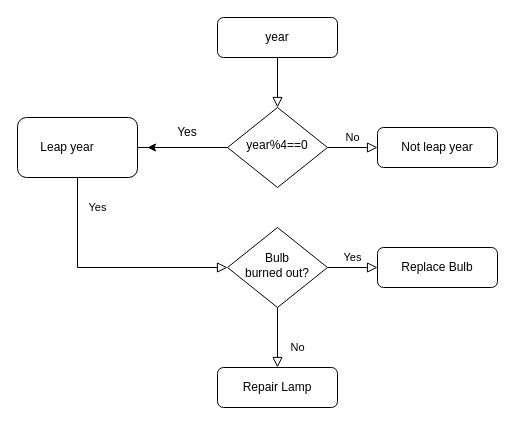
bhanushek/bhanushek.github.io keeps this draw.io diagram as Untitled Diagram.drawio. Above is the earlier version. Source tidied: cells renumbered, new cells numbered last; positions are measured from the earlier drawing's top-left corner, leaving out a move shared by most shapes. Both pictures are drawn from the tidied source at 100%, with x=0, y=0 at pixel (17, 17).
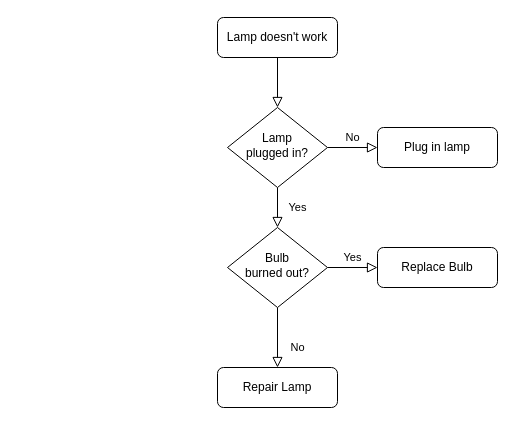
After the change.

Diff of the diagram source:
```diff
@@
 <mxGraphModel>
   <root>
     <mxCell id="0" />
     <mxCell id="1" parent="0" />
     <mxCell id="2" style="rounded=0;html=1;jettySize=auto;fontSize=11;endArrow=block;endFill=0;endSize=8;strokeWidth=1;shadow=0;labelBackgroundColor=none;edgeStyle=orthogonalEdgeStyle;" parent="1" edge="1" source="3" target="7">
       <mxGeometry relative="1" as="geometry" />
     </mxCell>
-    <mxCell id="3" value="year" style="rounded=1;whiteSpace=wrap;html=1;fontSize=12;glass=0;strokeWidth=1;shadow=0;" parent="1" vertex="1">
+    <mxCell id="3" value="Lamp doesn't work" style="rounded=1;whiteSpace=wrap;html=1;fontSize=12;glass=0;strokeWidth=1;shadow=0;" parent="1" vertex="1">
       <mxGeometry x="200" width="120" height="40" as="geometry" />
     </mxCell>
     <mxCell id="4" value="Yes" style="rounded=0;html=1;jettySize=auto;fontSize=11;endArrow=block;endFill=0;endSize=8;strokeWidth=1;shadow=0;labelBackgroundColor=none;edgeStyle=orthogonalEdgeStyle;" parent="1" edge="1" source="7" target="11">
-      <mxGeometry y="20" relative="1" as="geometry">
-        <Array as="points">
-          <mxPoint x="60" y="130" />
-          <mxPoint x="60" y="250" />
-        </Array>
-      </mxGeometry>
+      <mxGeometry y="20" relative="1" as="geometry" />
     </mxCell>
     <mxCell id="5" value="No" style="edgeStyle=orthogonalEdgeStyle;rounded=0;html=1;jettySize=auto;fontSize=11;endArrow=block;endFill=0;endSize=8;strokeWidth=1;shadow=0;labelBackgroundColor=none;" parent="1" edge="1" source="7" target="8">
       <mxGeometry y="10" relative="1" as="geometry" />
     </mxCell>
-    <mxCell id="6" style="edgeStyle=orthogonalEdgeStyle;rounded=0;jettySize=auto;html=1;exitX=0;exitY=0.5;exitDx=0;exitDy=0;" parent="1" edge="1" source="7">
-      <mxGeometry relative="1" as="geometry">
-        <mxPoint x="130" y="130" as="targetPoint" />
-      </mxGeometry>
-    </mxCell>
-    <mxCell id="7" value="year%4==0&lt;br&gt;" style="rhombus;whiteSpace=wrap;html=1;shadow=0;fontFamily=Helvetica;fontSize=12;align=center;strokeWidth=1;spacing=6;spacingTop=-4;" parent="1" vertex="1">
+    <mxCell id="7" value="Lamp&lt;br&gt;plugged in?" style="rhombus;whiteSpace=wrap;html=1;shadow=0;fontFamily=Helvetica;fontSize=12;align=center;strokeWidth=1;spacing=6;spacingTop=-4;" parent="1" vertex="1">
       <mxGeometry x="210" y="90" width="100" height="80" as="geometry" />
     </mxCell>
-    <mxCell id="8" value="Not leap year" style="rounded=1;whiteSpace=wrap;html=1;fontSize=12;glass=0;strokeWidth=1;shadow=0;" parent="1" vertex="1">
+    <mxCell id="8" value="Plug in lamp" style="rounded=1;whiteSpace=wrap;html=1;fontSize=12;glass=0;strokeWidth=1;shadow=0;" parent="1" vertex="1">
       <mxGeometry x="360" y="110" width="120" height="40" as="geometry" />
     </mxCell>
     <mxCell id="9" value="No" style="rounded=0;html=1;jettySize=auto;fontSize=11;endArrow=block;endFill=0;endSize=8;strokeWidth=1;shadow=0;labelBackgroundColor=none;edgeStyle=orthogonalEdgeStyle;" parent="1" edge="1" source="11" target="12">
       <mxGeometry x="0.33" y="20" relative="1" as="geometry" />
     </mxCell>
     <mxCell id="10" value="Yes" style="edgeStyle=orthogonalEdgeStyle;rounded=0;html=1;jettySize=auto;fontSize=11;endArrow=block;endFill=0;endSize=8;strokeWidth=1;shadow=0;labelBackgroundColor=none;" parent="1" edge="1" source="11" target="13">
       <mxGeometry y="10" relative="1" as="geometry" />
     </mxCell>
     <mxCell id="11" value="Bulb&lt;br&gt;burned out?" style="rhombus;whiteSpace=wrap;html=1;shadow=0;fontFamily=Helvetica;fontSize=12;align=center;strokeWidth=1;spacing=6;spacingTop=-4;" parent="1" vertex="1">
       <mxGeometry x="210" y="210" width="100" height="80" as="geometry" />
     </mxCell>
     <mxCell id="12" value="Repair Lamp" style="rounded=1;whiteSpace=wrap;html=1;fontSize=12;glass=0;strokeWidth=1;shadow=0;" parent="1" vertex="1">
       <mxGeometry x="200" y="350" width="120" height="40" as="geometry" />
     </mxCell>
     <mxCell id="13" value="Replace Bulb" style="rounded=1;whiteSpace=wrap;html=1;fontSize=12;glass=0;strokeWidth=1;shadow=0;" parent="1" vertex="1">
       <mxGeometry x="360" y="230" width="120" height="40" as="geometry" />
     </mxCell>
-    <mxCell id="14" value="Yes" style="text;html=1;strokeColor=none;fillColor=none;align=center;verticalAlign=middle;whiteSpace=wrap;rounded=0;" parent="1" vertex="1">
-      <mxGeometry x="140" y="100" width="60" height="30" as="geometry" />
-    </mxCell>
-    <mxCell id="15" style="rounded=1;whiteSpace=wrap;html=1;" parent="1" vertex="1">
-      <mxGeometry y="100" width="120" height="60" as="geometry" />
-    </mxCell>
-    <mxCell id="16" value="Leap year" style="text;html=1;strokeColor=none;fillColor=none;align=center;verticalAlign=middle;whiteSpace=wrap;rounded=0;" parent="1" vertex="1">
-      <mxGeometry x="20" y="115" width="60" height="30" as="geometry" />
-    </mxCell>
   </root>
 </mxGraphModel>
```
